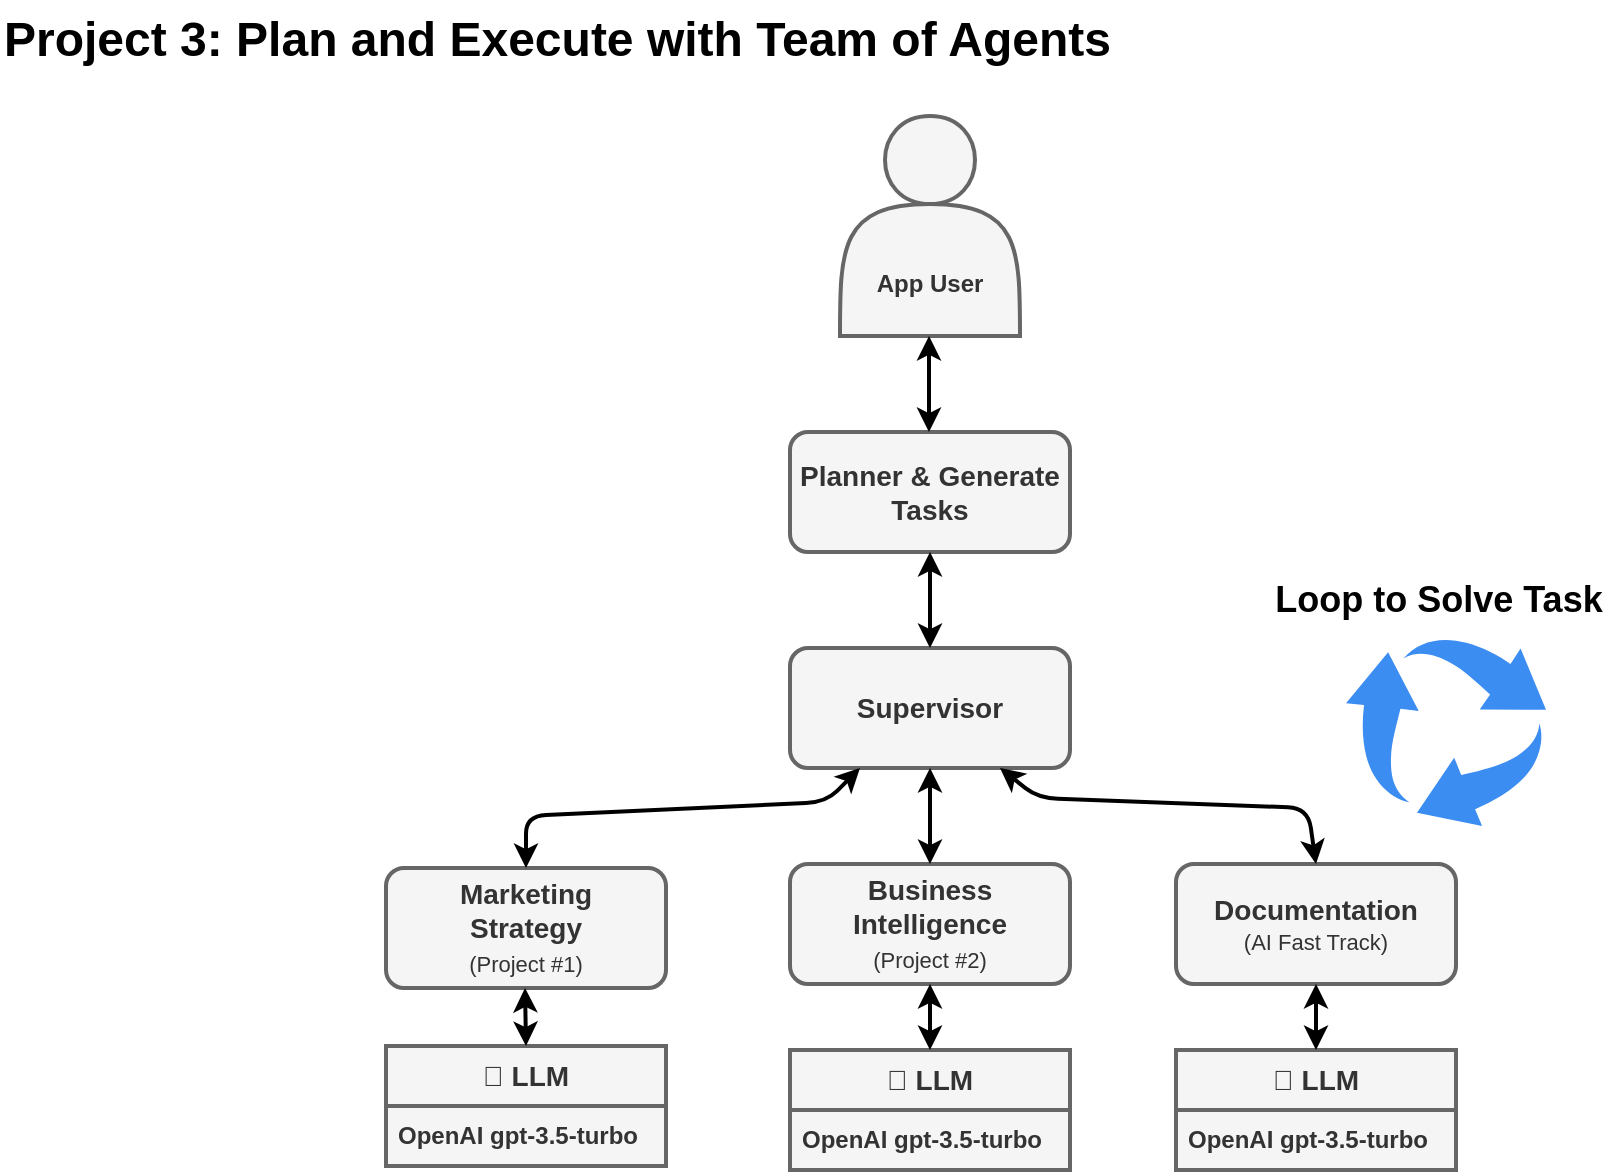
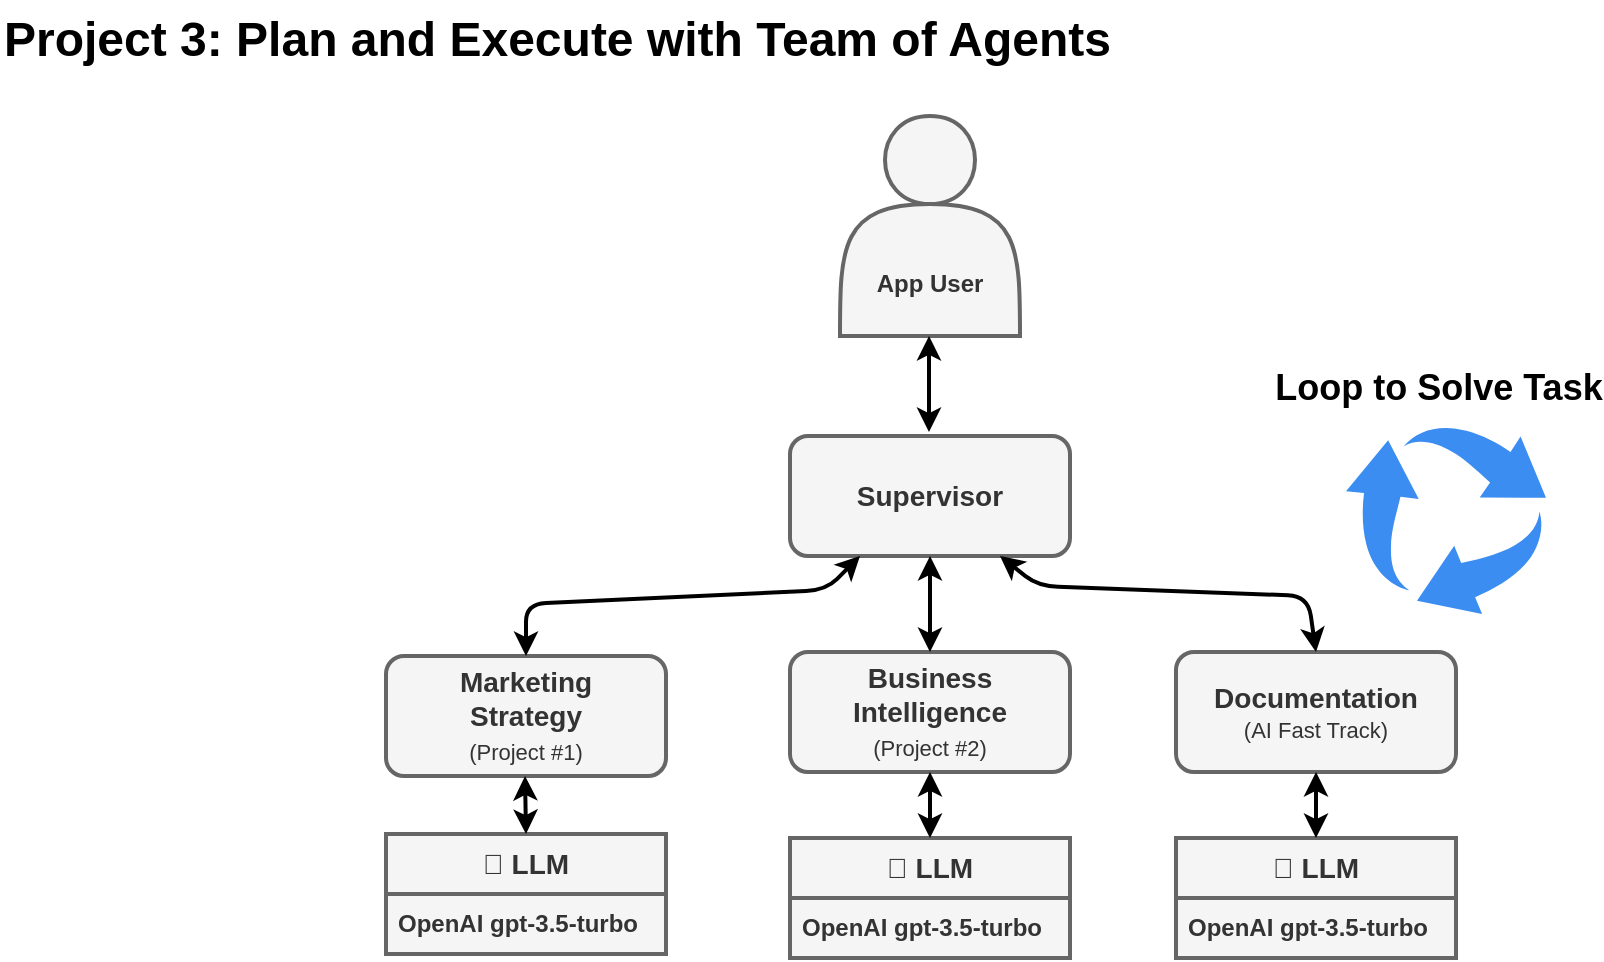
<mxfile host="65bd71144e">
    <diagram id="1xbTTFElEqbZD3jhlw0T" name="Project 3: Plan and Execute Team of Agents">
-         <mxGraphModel dx="1306" dy="626" grid="0" gridSize="10" guides="1" tooltips="1" connect="1" arrows="1" fold="1" page="1" pageScale="1" pageWidth="1100" pageHeight="850" background="#ffffff" math="0" shadow="0">
+         <mxGraphModel dx="744" dy="512" grid="0" gridSize="10" guides="1" tooltips="1" connect="1" arrows="1" fold="1" page="1" pageScale="1" pageWidth="1100" pageHeight="850" background="#ffffff" math="0" shadow="0">
            <root>
                <mxCell id="0"/>
                <mxCell id="1" parent="0"/>
                <mxCell id="5" value="Project 3: Plan and Execute with Team of Agents" style="text;html=1;fontSize=24;fontStyle=1;verticalAlign=middle;align=left;strokeWidth=2;fontColor=#000000;" parent="1" vertex="1">
                    <mxGeometry x="40" y="10" width="100" height="40" as="geometry"/>
                </mxCell>
-                 <mxCell id="32" value="&lt;b&gt;&lt;font style=&quot;font-size: 14px;&quot;&gt;Planner &amp;amp; Generate Tasks&lt;/font&gt;&lt;/b&gt;" style="rounded=1;whiteSpace=wrap;html=1;fillColor=#f5f5f5;fontColor=#333333;strokeColor=#666666;strokeWidth=2;" parent="1" vertex="1">
-                     <mxGeometry x="435" y="226" width="140" height="60" as="geometry"/>
-                 </mxCell>
                <mxCell id="35" value="&lt;br&gt;&lt;br&gt;&lt;br&gt;&lt;br&gt;&lt;b&gt;App User&lt;/b&gt;" style="shape=actor;whiteSpace=wrap;html=1;fillColor=#f5f5f5;fontColor=#333333;strokeColor=#666666;strokeWidth=2;" parent="1" vertex="1">
                    <mxGeometry x="460" y="68" width="90" height="110" as="geometry"/>
                </mxCell>
                <mxCell id="44" value="&lt;span style=&quot;font-size: 14px;&quot;&gt;&lt;b&gt;Supervisor&lt;/b&gt;&lt;/span&gt;" style="rounded=1;whiteSpace=wrap;html=1;fillColor=#f5f5f5;fontColor=#333333;strokeColor=#666666;strokeWidth=2;" parent="1" vertex="1">
-                     <mxGeometry x="435" y="334" width="140" height="60" as="geometry"/>
-                 </mxCell>
-                 <mxCell id="46" style="edgeStyle=none;html=1;exitX=0.5;exitY=1;exitDx=0;exitDy=0;strokeColor=#000000;strokeWidth=2;fontColor=#000000;startArrow=classic;startFill=1;" parent="1" source="32" target="44" edge="1">
-                     <mxGeometry relative="1" as="geometry">
-                         <mxPoint x="150" y="406" as="sourcePoint"/>
-                         <mxPoint x="150" y="376" as="targetPoint"/>
-                     </mxGeometry>
+                     <mxGeometry x="435" y="228" width="140" height="60" as="geometry"/>
                </mxCell>
                <mxCell id="50" value="&lt;b style=&quot;font-size: 14px;&quot;&gt;Marketing &lt;/b&gt;&lt;br&gt;&lt;b style=&quot;font-size: 14px;&quot;&gt;Strategy&lt;br&gt;&lt;/b&gt;&lt;span style=&quot;font-size: 11px;&quot;&gt;(Project #1)&lt;/span&gt;&lt;b style=&quot;font-size: 14px;&quot;&gt;&lt;br&gt;&lt;/b&gt;" style="rounded=1;whiteSpace=wrap;html=1;fillColor=#f5f5f5;fontColor=#333333;strokeColor=#666666;strokeWidth=2;" parent="1" vertex="1">
-                     <mxGeometry x="233" y="444" width="140" height="60" as="geometry"/>
+                     <mxGeometry x="233" y="338" width="140" height="60" as="geometry"/>
                </mxCell>
-                 <mxCell id="75" style="edgeStyle=none;html=1;exitX=0.25;exitY=1;exitDx=0;exitDy=0;strokeColor=#000000;strokeWidth=2;fontColor=#000000;startArrow=classic;startFill=1;entryX=0.5;entryY=0;entryDx=0;entryDy=0;" edge="1" parent="1" source="44" target="50">
+                 <mxCell id="75" style="edgeStyle=none;html=1;exitX=0.25;exitY=1;exitDx=0;exitDy=0;strokeColor=#000000;strokeWidth=2;fontColor=#000000;startArrow=classic;startFill=1;entryX=0.5;entryY=0;entryDx=0;entryDy=0;" parent="1" source="44" target="50" edge="1">
                    <mxGeometry relative="1" as="geometry">
-                         <mxPoint x="515" y="296" as="sourcePoint"/>
-                         <mxPoint x="515" y="344" as="targetPoint"/>
+                         <mxPoint x="515" y="190" as="sourcePoint"/>
+                         <mxPoint x="515" y="238" as="targetPoint"/>
                        <Array as="points">
-                             <mxPoint x="453" y="411"/>
-                             <mxPoint x="303" y="418"/>
+                             <mxPoint x="453" y="305"/>
+                             <mxPoint x="303" y="312"/>
                        </Array>
                    </mxGeometry>
                </mxCell>
-                 <mxCell id="76" value="&lt;b style=&quot;font-size: 14px;&quot;&gt;Business Intelligence&lt;br&gt;&lt;/b&gt;&lt;span style=&quot;font-size: 11px;&quot;&gt;(Project #2)&lt;/span&gt;&lt;b style=&quot;font-size: 14px;&quot;&gt;&lt;br&gt;&lt;/b&gt;" style="rounded=1;whiteSpace=wrap;html=1;fillColor=#f5f5f5;fontColor=#333333;strokeColor=#666666;strokeWidth=2;" vertex="1" parent="1">
-                     <mxGeometry x="435" y="442" width="140" height="60" as="geometry"/>
+                 <mxCell id="76" value="&lt;b style=&quot;font-size: 14px;&quot;&gt;Business Intelligence&lt;br&gt;&lt;/b&gt;&lt;span style=&quot;font-size: 11px;&quot;&gt;(Project #2)&lt;/span&gt;&lt;b style=&quot;font-size: 14px;&quot;&gt;&lt;br&gt;&lt;/b&gt;" style="rounded=1;whiteSpace=wrap;html=1;fillColor=#f5f5f5;fontColor=#333333;strokeColor=#666666;strokeWidth=2;" parent="1" vertex="1">
+                     <mxGeometry x="435" y="336" width="140" height="60" as="geometry"/>
                </mxCell>
-                 <mxCell id="77" value="&lt;b style=&quot;font-size: 14px;&quot;&gt;Documentation&lt;br&gt;&lt;/b&gt;&lt;span style=&quot;font-size: 11px;&quot;&gt;(AI Fast Track)&lt;/span&gt;" style="rounded=1;whiteSpace=wrap;html=1;fillColor=#f5f5f5;fontColor=#333333;strokeColor=#666666;strokeWidth=2;" vertex="1" parent="1">
-                     <mxGeometry x="628" y="442" width="140" height="60" as="geometry"/>
+                 <mxCell id="77" value="&lt;b style=&quot;font-size: 14px;&quot;&gt;Documentation&lt;br&gt;&lt;/b&gt;&lt;span style=&quot;font-size: 11px;&quot;&gt;(AI Fast Track)&lt;/span&gt;" style="rounded=1;whiteSpace=wrap;html=1;fillColor=#f5f5f5;fontColor=#333333;strokeColor=#666666;strokeWidth=2;" parent="1" vertex="1">
+                     <mxGeometry x="628" y="336" width="140" height="60" as="geometry"/>
                </mxCell>
-                 <mxCell id="78" style="edgeStyle=none;html=1;exitX=0.5;exitY=1;exitDx=0;exitDy=0;strokeColor=#000000;strokeWidth=2;fontColor=#000000;startArrow=classic;startFill=1;entryX=0.5;entryY=0;entryDx=0;entryDy=0;" edge="1" parent="1" source="44" target="76">
+                 <mxCell id="78" style="edgeStyle=none;html=1;exitX=0.5;exitY=1;exitDx=0;exitDy=0;strokeColor=#000000;strokeWidth=2;fontColor=#000000;startArrow=classic;startFill=1;entryX=0.5;entryY=0;entryDx=0;entryDy=0;" parent="1" source="44" target="76" edge="1">
                    <mxGeometry relative="1" as="geometry">
-                         <mxPoint x="480" y="404" as="sourcePoint"/>
-                         <mxPoint x="313" y="454" as="targetPoint"/>
+                         <mxPoint x="480" y="298" as="sourcePoint"/>
+                         <mxPoint x="313" y="348" as="targetPoint"/>
                    </mxGeometry>
                </mxCell>
-                 <mxCell id="79" style="edgeStyle=none;html=1;exitX=0.75;exitY=1;exitDx=0;exitDy=0;strokeColor=#000000;strokeWidth=2;fontColor=#000000;startArrow=classic;startFill=1;entryX=0.5;entryY=0;entryDx=0;entryDy=0;" edge="1" parent="1" source="44" target="77">
+                 <mxCell id="79" style="edgeStyle=none;html=1;exitX=0.75;exitY=1;exitDx=0;exitDy=0;strokeColor=#000000;strokeWidth=2;fontColor=#000000;startArrow=classic;startFill=1;entryX=0.5;entryY=0;entryDx=0;entryDy=0;" parent="1" source="44" target="77" edge="1">
                    <mxGeometry relative="1" as="geometry">
-                         <mxPoint x="490" y="414" as="sourcePoint"/>
-                         <mxPoint x="323" y="464" as="targetPoint"/>
+                         <mxPoint x="490" y="308" as="sourcePoint"/>
+                         <mxPoint x="323" y="358" as="targetPoint"/>
                        <Array as="points">
-                             <mxPoint x="559" y="409"/>
-                             <mxPoint x="694" y="414"/>
+                             <mxPoint x="559" y="303"/>
+                             <mxPoint x="694" y="308"/>
                        </Array>
                    </mxGeometry>
                </mxCell>
-                 <mxCell id="80" value="" style="sketch=0;html=1;aspect=fixed;strokeColor=none;shadow=0;align=center;verticalAlign=top;fillColor=#3B8DF1;shape=mxgraph.gcp2.arrow_cycle" vertex="1" parent="1">
-                     <mxGeometry x="713" y="328" width="100" height="95" as="geometry"/>
+                 <mxCell id="80" value="" style="sketch=0;html=1;aspect=fixed;strokeColor=none;shadow=0;align=center;verticalAlign=top;fillColor=#3B8DF1;shape=mxgraph.gcp2.arrow_cycle" parent="1" vertex="1">
+                     <mxGeometry x="713" y="222" width="100" height="95" as="geometry"/>
                </mxCell>
-                 <mxCell id="81" style="edgeStyle=none;html=1;exitX=0.5;exitY=1;exitDx=0;exitDy=0;strokeColor=#000000;strokeWidth=2;fontColor=#000000;startArrow=classic;startFill=1;" edge="1" parent="1">
+                 <mxCell id="81" style="edgeStyle=none;html=1;exitX=0.5;exitY=1;exitDx=0;exitDy=0;strokeColor=#000000;strokeWidth=2;fontColor=#000000;startArrow=classic;startFill=1;" parent="1" edge="1">
                    <mxGeometry relative="1" as="geometry">
                        <mxPoint x="504.5" y="178" as="sourcePoint"/>
                        <mxPoint x="504.5" y="226" as="targetPoint"/>
                    </mxGeometry>
                </mxCell>
-                 <mxCell id="82" value="&lt;b&gt;&lt;font style=&quot;font-size: 14px;&quot;&gt;🧠 LLM&lt;/font&gt;&lt;/b&gt;" style="swimlane;fontStyle=0;childLayout=stackLayout;horizontal=1;startSize=30;horizontalStack=0;resizeParent=1;resizeParentMax=0;resizeLast=0;collapsible=1;marginBottom=0;whiteSpace=wrap;html=1;labelBackgroundColor=none;strokeWidth=2;fontColor=#333333;fillColor=#f5f5f5;strokeColor=#666666;" vertex="1" parent="1">
-                     <mxGeometry x="233" y="533" width="140" height="60" as="geometry"/>
+                 <mxCell id="82" value="&lt;b&gt;&lt;font style=&quot;font-size: 14px;&quot;&gt;🧠 LLM&lt;/font&gt;&lt;/b&gt;" style="swimlane;fontStyle=0;childLayout=stackLayout;horizontal=1;startSize=30;horizontalStack=0;resizeParent=1;resizeParentMax=0;resizeLast=0;collapsible=1;marginBottom=0;whiteSpace=wrap;html=1;labelBackgroundColor=none;strokeWidth=2;fontColor=#333333;fillColor=#f5f5f5;strokeColor=#666666;" parent="1" vertex="1">
+                     <mxGeometry x="233" y="427" width="140" height="60" as="geometry"/>
                </mxCell>
-                 <mxCell id="83" value="&lt;b&gt;OpenAI gpt-3.5-turbo&lt;/b&gt;" style="text;strokeColor=#666666;fillColor=#f5f5f5;align=left;verticalAlign=middle;spacingLeft=4;spacingRight=4;overflow=hidden;points=[[0,0.5],[1,0.5]];portConstraint=eastwest;rotatable=0;whiteSpace=wrap;html=1;labelBackgroundColor=none;strokeWidth=2;fontColor=#333333;" vertex="1" parent="82">
+                 <mxCell id="83" value="&lt;b&gt;OpenAI gpt-3.5-turbo&lt;/b&gt;" style="text;strokeColor=#666666;fillColor=#f5f5f5;align=left;verticalAlign=middle;spacingLeft=4;spacingRight=4;overflow=hidden;points=[[0,0.5],[1,0.5]];portConstraint=eastwest;rotatable=0;whiteSpace=wrap;html=1;labelBackgroundColor=none;strokeWidth=2;fontColor=#333333;" parent="82" vertex="1">
                    <mxGeometry y="30" width="140" height="30" as="geometry"/>
                </mxCell>
-                 <mxCell id="84" value="&lt;b&gt;&lt;font style=&quot;font-size: 14px;&quot;&gt;🧠 LLM&lt;/font&gt;&lt;/b&gt;" style="swimlane;fontStyle=0;childLayout=stackLayout;horizontal=1;startSize=30;horizontalStack=0;resizeParent=1;resizeParentMax=0;resizeLast=0;collapsible=1;marginBottom=0;whiteSpace=wrap;html=1;labelBackgroundColor=none;strokeWidth=2;fontColor=#333333;fillColor=#f5f5f5;strokeColor=#666666;" vertex="1" parent="1">
-                     <mxGeometry x="435" y="535" width="140" height="60" as="geometry"/>
+                 <mxCell id="84" value="&lt;b&gt;&lt;font style=&quot;font-size: 14px;&quot;&gt;🧠 LLM&lt;/font&gt;&lt;/b&gt;" style="swimlane;fontStyle=0;childLayout=stackLayout;horizontal=1;startSize=30;horizontalStack=0;resizeParent=1;resizeParentMax=0;resizeLast=0;collapsible=1;marginBottom=0;whiteSpace=wrap;html=1;labelBackgroundColor=none;strokeWidth=2;fontColor=#333333;fillColor=#f5f5f5;strokeColor=#666666;" parent="1" vertex="1">
+                     <mxGeometry x="435" y="429" width="140" height="60" as="geometry"/>
                </mxCell>
-                 <mxCell id="85" value="&lt;b&gt;OpenAI gpt-3.5-turbo&lt;/b&gt;" style="text;strokeColor=#666666;fillColor=#f5f5f5;align=left;verticalAlign=middle;spacingLeft=4;spacingRight=4;overflow=hidden;points=[[0,0.5],[1,0.5]];portConstraint=eastwest;rotatable=0;whiteSpace=wrap;html=1;labelBackgroundColor=none;strokeWidth=2;fontColor=#333333;" vertex="1" parent="84">
+                 <mxCell id="85" value="&lt;b&gt;OpenAI gpt-3.5-turbo&lt;/b&gt;" style="text;strokeColor=#666666;fillColor=#f5f5f5;align=left;verticalAlign=middle;spacingLeft=4;spacingRight=4;overflow=hidden;points=[[0,0.5],[1,0.5]];portConstraint=eastwest;rotatable=0;whiteSpace=wrap;html=1;labelBackgroundColor=none;strokeWidth=2;fontColor=#333333;" parent="84" vertex="1">
                    <mxGeometry y="30" width="140" height="30" as="geometry"/>
                </mxCell>
-                 <mxCell id="86" value="&lt;b&gt;&lt;font style=&quot;font-size: 14px;&quot;&gt;🧠 LLM&lt;/font&gt;&lt;/b&gt;" style="swimlane;fontStyle=0;childLayout=stackLayout;horizontal=1;startSize=30;horizontalStack=0;resizeParent=1;resizeParentMax=0;resizeLast=0;collapsible=1;marginBottom=0;whiteSpace=wrap;html=1;labelBackgroundColor=none;strokeWidth=2;fontColor=#333333;fillColor=#f5f5f5;strokeColor=#666666;" vertex="1" parent="1">
-                     <mxGeometry x="628" y="535" width="140" height="60" as="geometry"/>
+                 <mxCell id="86" value="&lt;b&gt;&lt;font style=&quot;font-size: 14px;&quot;&gt;🧠 LLM&lt;/font&gt;&lt;/b&gt;" style="swimlane;fontStyle=0;childLayout=stackLayout;horizontal=1;startSize=30;horizontalStack=0;resizeParent=1;resizeParentMax=0;resizeLast=0;collapsible=1;marginBottom=0;whiteSpace=wrap;html=1;labelBackgroundColor=none;strokeWidth=2;fontColor=#333333;fillColor=#f5f5f5;strokeColor=#666666;" parent="1" vertex="1">
+                     <mxGeometry x="628" y="429" width="140" height="60" as="geometry"/>
                </mxCell>
-                 <mxCell id="87" value="&lt;b&gt;OpenAI gpt-3.5-turbo&lt;/b&gt;" style="text;strokeColor=#666666;fillColor=#f5f5f5;align=left;verticalAlign=middle;spacingLeft=4;spacingRight=4;overflow=hidden;points=[[0,0.5],[1,0.5]];portConstraint=eastwest;rotatable=0;whiteSpace=wrap;html=1;labelBackgroundColor=none;strokeWidth=2;fontColor=#333333;" vertex="1" parent="86">
+                 <mxCell id="87" value="&lt;b&gt;OpenAI gpt-3.5-turbo&lt;/b&gt;" style="text;strokeColor=#666666;fillColor=#f5f5f5;align=left;verticalAlign=middle;spacingLeft=4;spacingRight=4;overflow=hidden;points=[[0,0.5],[1,0.5]];portConstraint=eastwest;rotatable=0;whiteSpace=wrap;html=1;labelBackgroundColor=none;strokeWidth=2;fontColor=#333333;" parent="86" vertex="1">
                    <mxGeometry y="30" width="140" height="30" as="geometry"/>
                </mxCell>
-                 <mxCell id="88" style="edgeStyle=none;html=1;exitX=0.5;exitY=1;exitDx=0;exitDy=0;strokeColor=#000000;strokeWidth=2;fontColor=#000000;startArrow=classic;startFill=1;" edge="1" parent="1">
+                 <mxCell id="88" style="edgeStyle=none;html=1;exitX=0.5;exitY=1;exitDx=0;exitDy=0;strokeColor=#000000;strokeWidth=2;fontColor=#000000;startArrow=classic;startFill=1;" parent="1" edge="1">
                    <mxGeometry relative="1" as="geometry">
-                         <mxPoint x="302.5" y="504" as="sourcePoint"/>
-                         <mxPoint x="303" y="533" as="targetPoint"/>
+                         <mxPoint x="302.5" y="398" as="sourcePoint"/>
+                         <mxPoint x="303" y="427" as="targetPoint"/>
                    </mxGeometry>
                </mxCell>
-                 <mxCell id="89" style="edgeStyle=none;html=1;exitX=0.5;exitY=1;exitDx=0;exitDy=0;strokeColor=#000000;strokeWidth=2;fontColor=#000000;startArrow=classic;startFill=1;" edge="1" parent="1" source="76" target="84">
+                 <mxCell id="89" style="edgeStyle=none;html=1;exitX=0.5;exitY=1;exitDx=0;exitDy=0;strokeColor=#000000;strokeWidth=2;fontColor=#000000;startArrow=classic;startFill=1;" parent="1" source="76" target="84" edge="1">
                    <mxGeometry relative="1" as="geometry">
-                         <mxPoint x="312.5" y="514" as="sourcePoint"/>
-                         <mxPoint x="313" y="541" as="targetPoint"/>
+                         <mxPoint x="312.5" y="408" as="sourcePoint"/>
+                         <mxPoint x="313" y="435" as="targetPoint"/>
                    </mxGeometry>
                </mxCell>
-                 <mxCell id="90" style="edgeStyle=none;html=1;exitX=0.5;exitY=1;exitDx=0;exitDy=0;strokeColor=#000000;strokeWidth=2;fontColor=#000000;startArrow=classic;startFill=1;entryX=0.5;entryY=0;entryDx=0;entryDy=0;" edge="1" parent="1" source="77" target="86">
+                 <mxCell id="90" style="edgeStyle=none;html=1;exitX=0.5;exitY=1;exitDx=0;exitDy=0;strokeColor=#000000;strokeWidth=2;fontColor=#000000;startArrow=classic;startFill=1;entryX=0.5;entryY=0;entryDx=0;entryDy=0;" parent="1" source="77" target="86" edge="1">
                    <mxGeometry relative="1" as="geometry">
-                         <mxPoint x="322.5" y="524" as="sourcePoint"/>
-                         <mxPoint x="323" y="551" as="targetPoint"/>
+                         <mxPoint x="322.5" y="418" as="sourcePoint"/>
+                         <mxPoint x="323" y="445" as="targetPoint"/>
                    </mxGeometry>
                </mxCell>
-                 <mxCell id="95" value="&lt;font style=&quot;font-size: 18px;&quot;&gt;Loop to Solve Task&lt;/font&gt;" style="text;strokeColor=none;fillColor=none;html=1;fontSize=24;fontStyle=1;verticalAlign=middle;align=center;fontColor=#000000;" vertex="1" parent="1">
-                     <mxGeometry x="709" y="288" width="100" height="40" as="geometry"/>
+                 <mxCell id="95" value="&lt;font style=&quot;font-size: 18px;&quot;&gt;Loop to Solve Task&lt;/font&gt;" style="text;strokeColor=none;fillColor=none;html=1;fontSize=24;fontStyle=1;verticalAlign=middle;align=center;fontColor=#000000;" parent="1" vertex="1">
+                     <mxGeometry x="709" y="182" width="100" height="40" as="geometry"/>
                </mxCell>
            </root>
        </mxGraphModel>
    </diagram>
</mxfile>